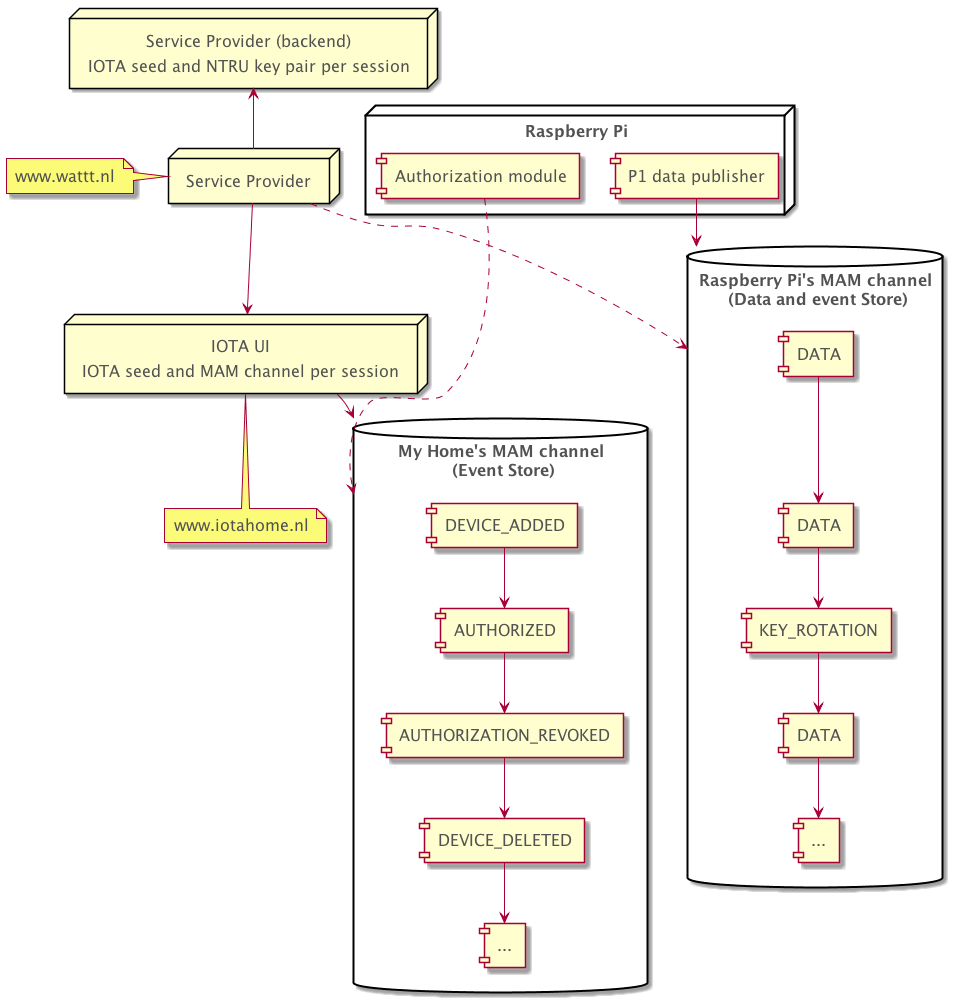
alliander-opensource/decentralized-auth keeps this PlantUML diagram as docs/assets/component-diagram.png. Above is the earlier version.
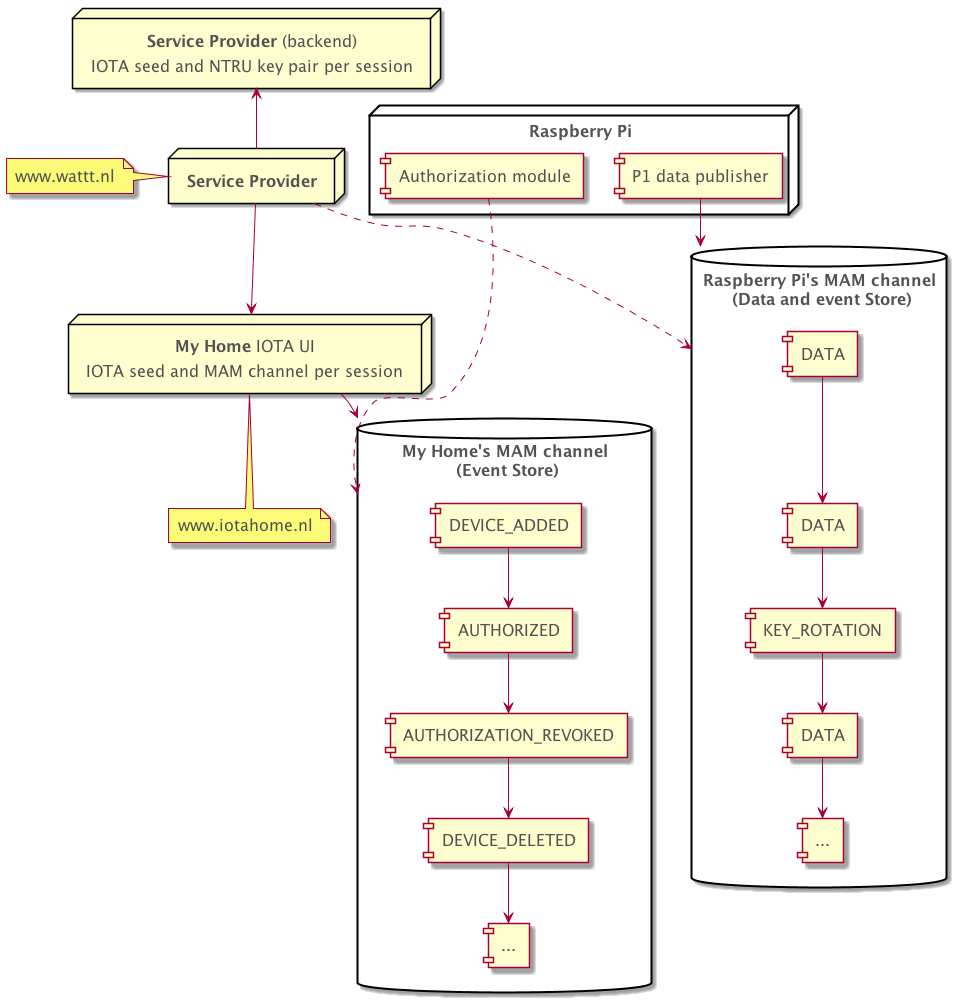
The same file after the commit.

Commit message:
feat: make bold component names

What changed in the source:
```diff
@@ -10,20 +10,20 @@
   FontSize 16
 }
 
-node "Raspberry Pi" {
+node "**Raspberry Pi**" {
    [P1 data publisher] as device
    [Authorization module] as device_auth_module
 }
 
-node "Service Provider (backend)\nIOTA seed and NTRU key pair per session" as service_provider_backend
+node "**Service Provider** (backend)\nIOTA seed and NTRU key pair per session" as service_provider_backend
 
-node "Service Provider" as service_provider
+node "**Service Provider**" as service_provider
 note left of service_provider : www.wattt.nl
 
-node "IOTA UI \n IOTA seed and MAM channel per session" as my_home
+node "**My Home** IOTA UI \n IOTA seed and MAM channel per session" as my_home
 note bottom of my_home : www.iotahome.nl
 
-database "Raspberry Pi's MAM channel\n (Data and event Store)" as device_mam {
+database "**Raspberry Pi**'s MAM channel\n (Data and event Store)" as device_mam {
   [...] as device_more
   [DATA] as data1
   [DATA] as data2
@@ -35,14 +35,13 @@
   data3 --> device_more
 }
 
-database "My Home's MAM channel\n (Event Store)" as my_home_mam {
+database "**My Home**'s MAM channel\n (Event Store)" as my_home_mam {
   [...] as my_home_more
   [DEVICE_ADDED] --> [AUTHORIZED]
   [AUTHORIZED] --> [AUTHORIZATION_REVOKED]
   [AUTHORIZATION_REVOKED] --> [DEVICE_DELETED]
   [DEVICE_DELETED] --> my_home_more
 }
-
 
 device --> device_mam
 device_auth_module ..> my_home_mam
```
